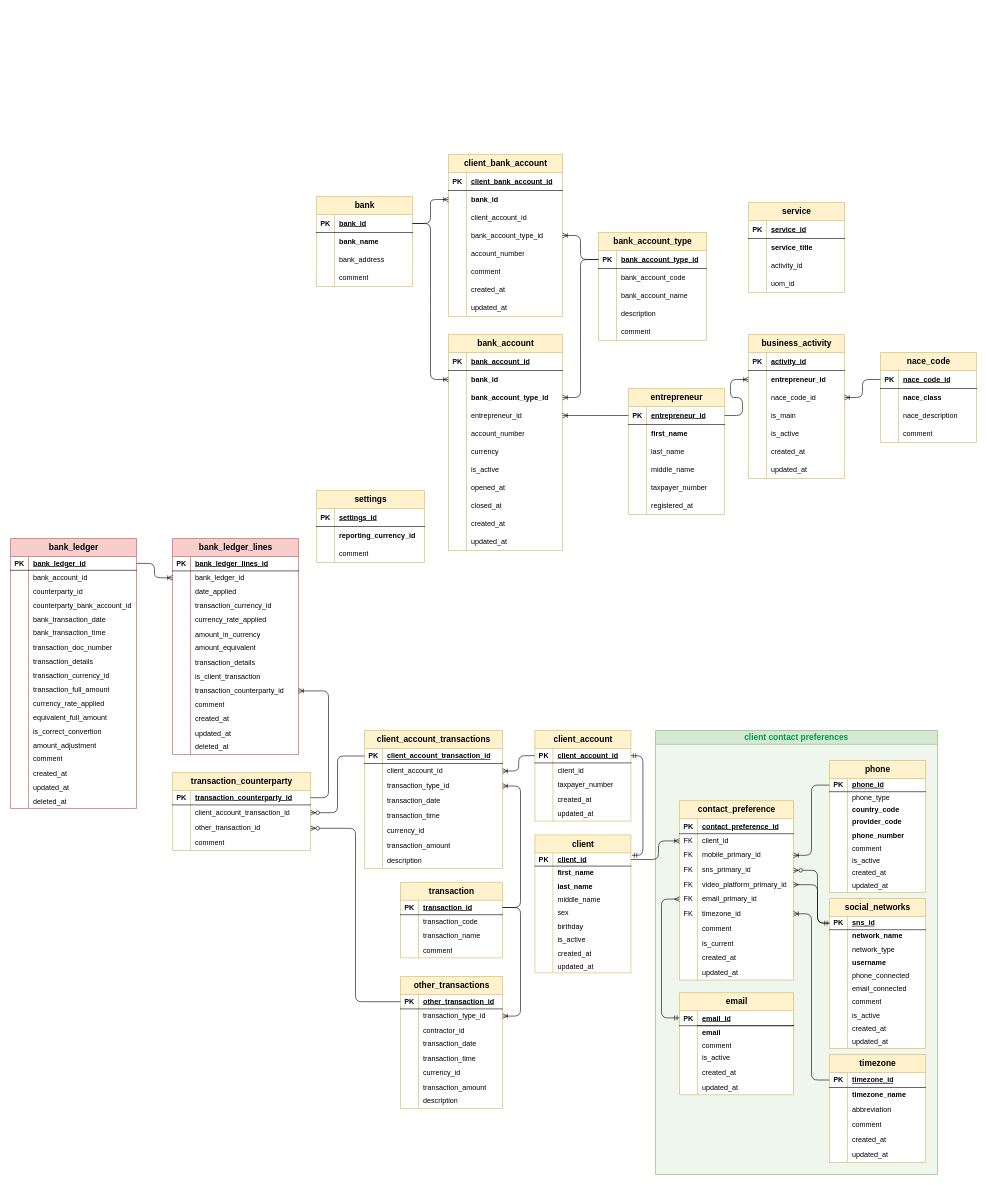
Before: docs/smpl.drawio.xml in myshkarus/smpl_tkinter, a draw.io diagram. Source tidied: cells renumbered, new cells numbered last; positions are measured from the earlier drawing's top-left corner, leaving out a move shared by most shapes. Both pictures are drawn from the tidied source at 60%, with x=0, y=0 at pixel (-68, 154).
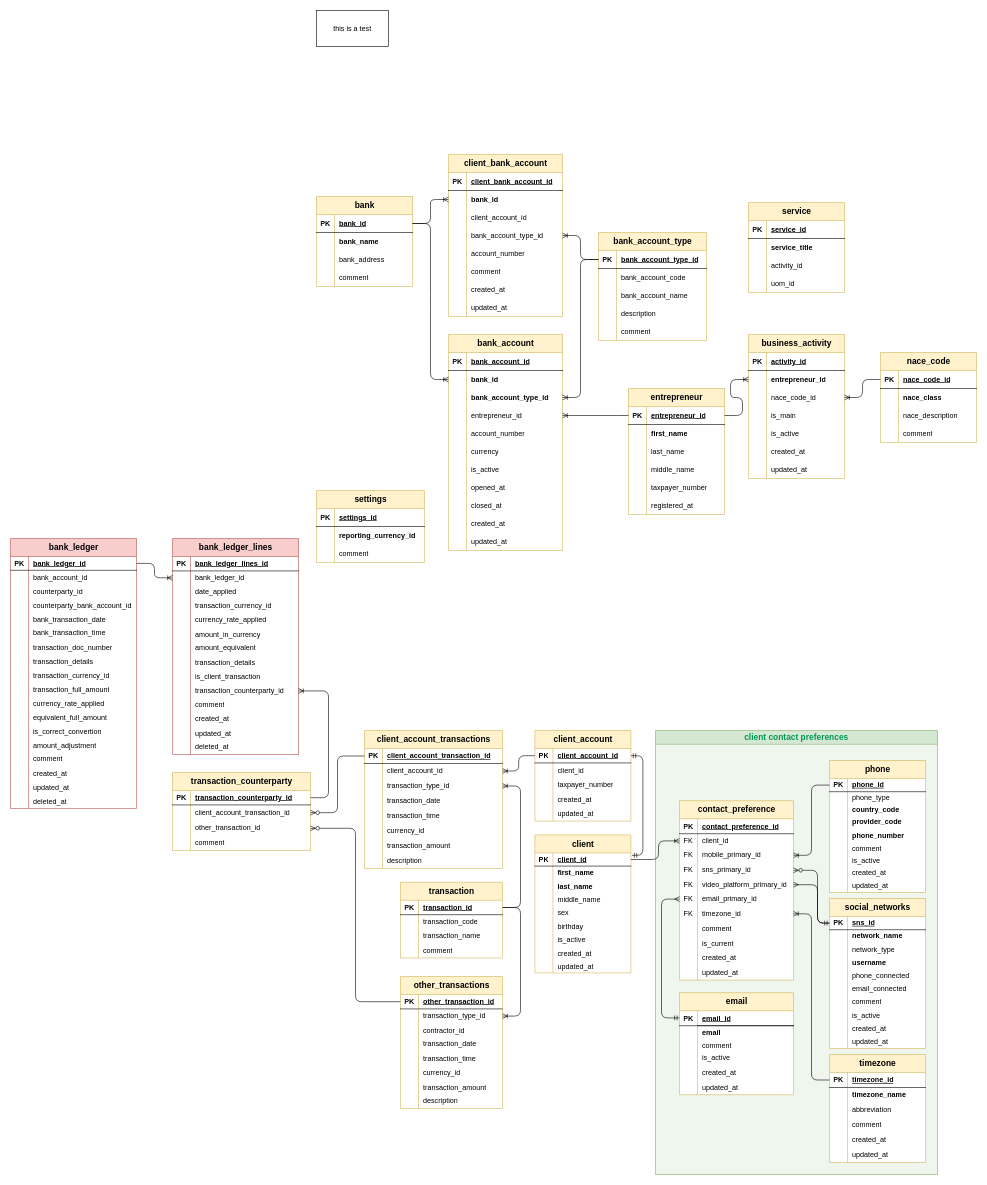
Above is the later version.

Commit message:
Update smpl.drawio.xml for testing purpose

Diff of the diagram source:
```diff
@@
+    <mxCell id="538" value="this is a test" style="rounded=0;whiteSpace=wrap;html=1;" parent="1" vertex="1">
+      <mxGeometry x="640" y="-240" width="120" height="60" as="geometry" />
+    </mxCell>
```
